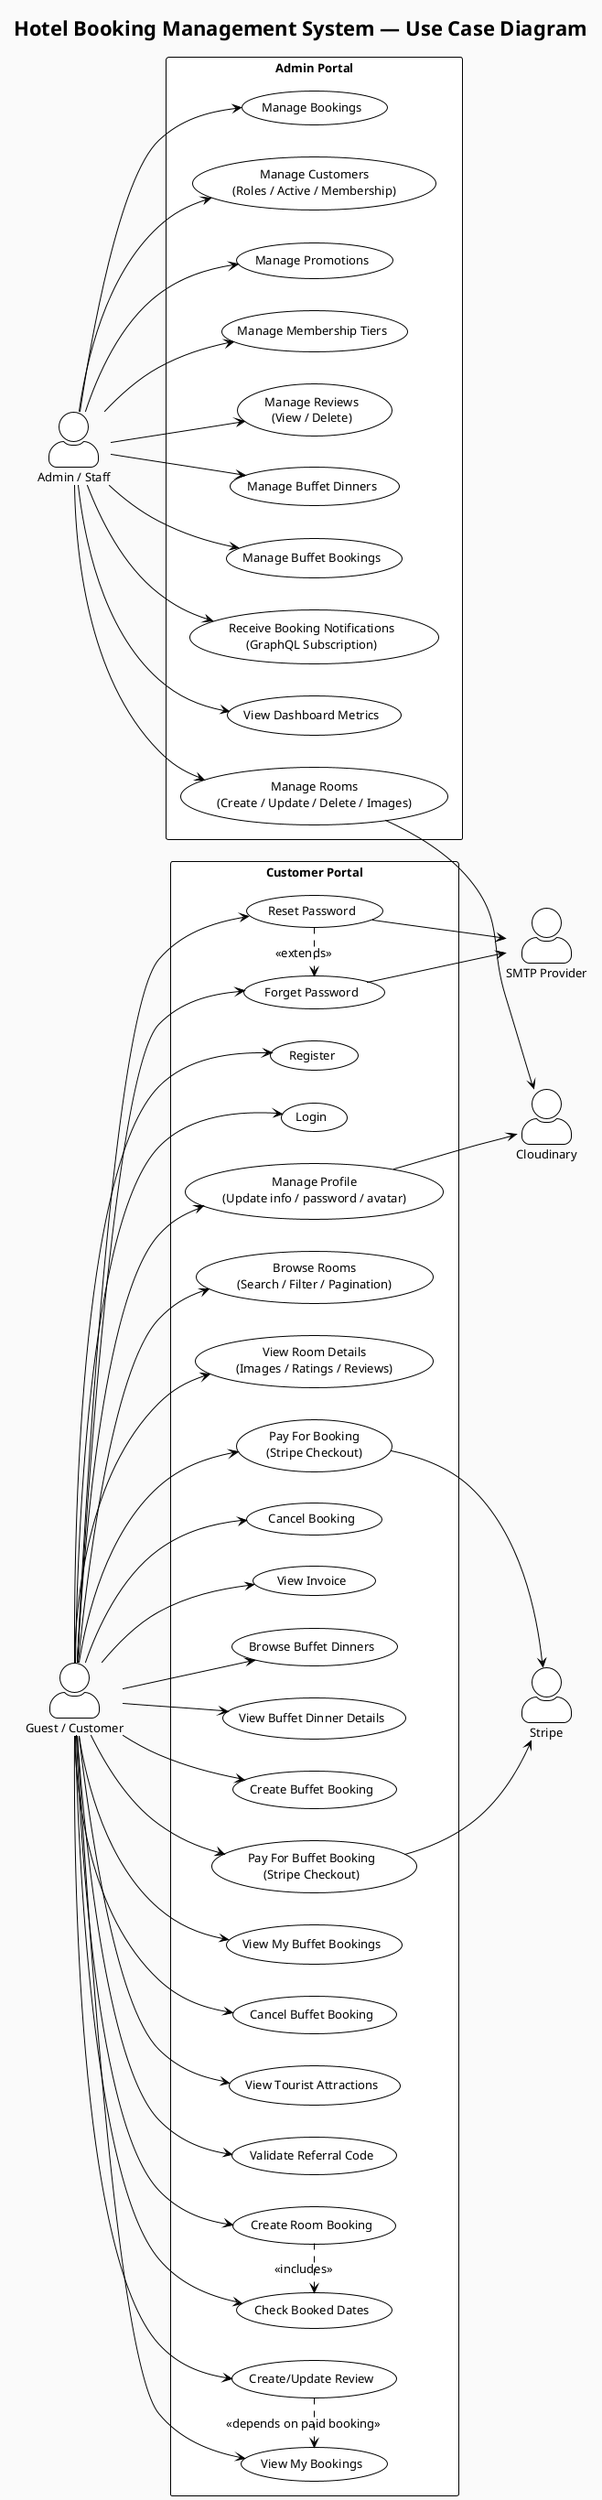
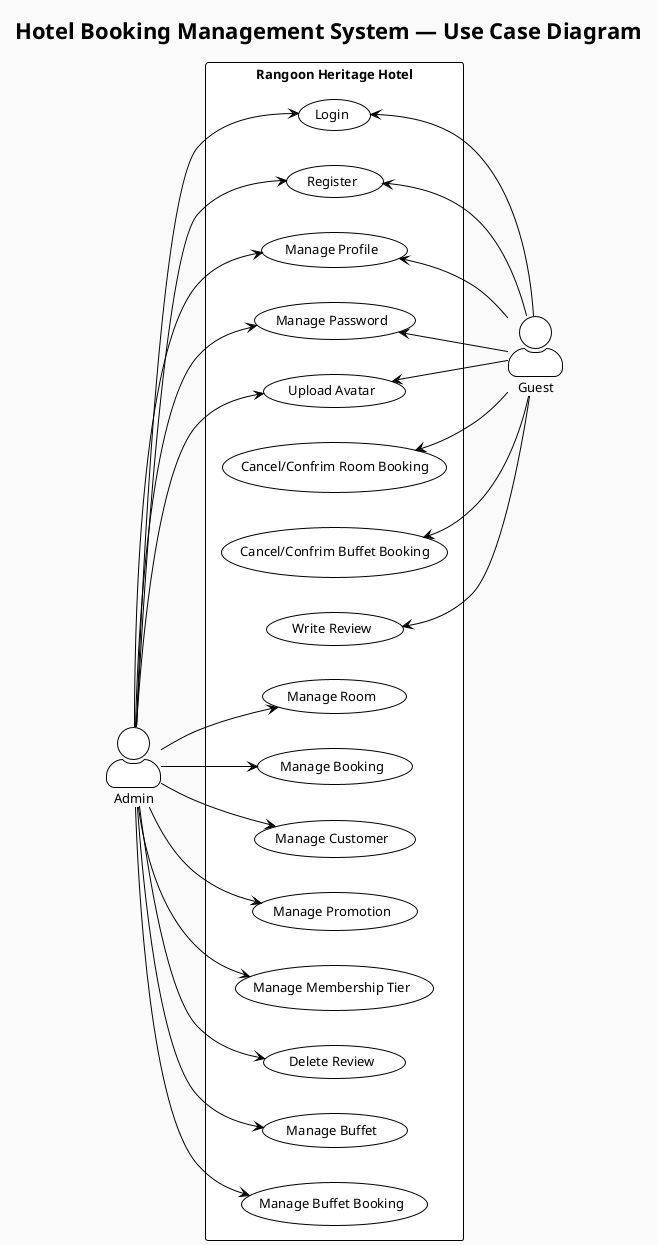
@startuml
!theme plain
skinparam backgroundColor #FAFAFA
skinparam defaultFontName Arial
skinparam defaultFontSize 13

title Hotel Booking Management System — Use Case Diagram

left to right direction
skinparam actorStyle awesome

- actor "Guest / Customer" as Customer
- actor "Admin / Staff" as Admin
- actor "Stripe" as Stripe
- actor "Cloudinary" as Cloudinary
- actor "SMTP Provider" as SMTP
+ actor "Admin" as Admin
+ actor "Guest" as Guest

- rectangle "Customer Portal" as CustomerPortal {
+ rectangle "Rangoon Heritage Hotel" {
+   usecase "Login" as UC_Login
  usecase "Register" as UC_Register
-   usecase "Login" as UC_Login
-   usecase "Manage Profile\n(Update info / password / avatar)" as UC_Profile
-   usecase "Browse Rooms\n(Search / Filter / Pagination)" as UC_BrowseRooms
-   usecase "View Room Details\n(Images / Ratings / Reviews)" as UC_RoomDetails
-   usecase "Check Booked Dates" as UC_BookedDates
-   usecase "Create Room Booking" as UC_CreateBooking
-   usecase "Pay For Booking\n(Stripe Checkout)" as UC_PayRoom
-   usecase "View My Bookings" as UC_ViewBookings
-   usecase "Cancel Booking" as UC_CancelBooking
-   usecase "View Invoice" as UC_Invoice
-   usecase "Create/Update Review" as UC_Review
+   usecase "Manage Profile" as UC_Profile
+   usecase "Manage Password" as UC_ManagePassword
+   usecase "Upload Avatar" as UC_Avatar

-   usecase "Browse Buffet Dinners" as UC_BrowseBuffets
-   usecase "View Buffet Dinner Details" as UC_BuffetDetails
-   usecase "Create Buffet Booking" as UC_CreateBuffetBooking
-   usecase "Pay For Buffet Booking\n(Stripe Checkout)" as UC_PayBuffet
-   usecase "View My Buffet Bookings" as UC_ViewBuffetBookings
-   usecase "Cancel Buffet Booking" as UC_CancelBuffetBooking
+   usecase "Cancel/Confrim Room Booking" as UC_RoomBooking
+   usecase "Cancel/Confrim Buffet Booking" as UC_BookBuffet
+   usecase "Write Review" as UC_WriteReview

-   usecase "View Tourist Attractions" as UC_Attractions
-   usecase "Forget Password" as UC_ForgetPassword
-   usecase "Reset Password" as UC_ResetPassword
-   usecase "Validate Referral Code" as UC_ValidateReferral
+   usecase "Manage Room" as UC_ManageRoom
+   usecase "Manage Booking" as UC_ManageBooking
+   usecase "Manage Customer" as UC_ManageCustomer
+   usecase "Manage Promotion" as UC_ManagePromotion
+   usecase "Manage Membership Tier" as UC_ManageTier
+   usecase "Delete Review" as UC_ManageReview
+   usecase "Manage Buffet" as UC_ManageBuffet
+   usecase "Manage Buffet Booking" as UC_ManageBuffetBooking
}

- rectangle "Admin Portal" as AdminPortal {
-   usecase "View Dashboard Metrics" as UA_Dashboard
-   usecase "Manage Rooms\n(Create / Update / Delete / Images)" as UA_ManageRooms
-   usecase "Manage Bookings" as UA_ManageBookings
-   usecase "Manage Customers\n(Roles / Active / Membership)" as UA_ManageCustomers
-   usecase "Manage Promotions" as UA_ManagePromotions
-   usecase "Manage Membership Tiers" as UA_ManageTiers
-   usecase "Manage Reviews\n(View / Delete)" as UA_ManageReviews
-   usecase "Manage Buffet Dinners" as UA_ManageBuffets
-   usecase "Manage Buffet Bookings" as UA_ManageBuffetBookings
-   usecase "Receive Booking Notifications\n(GraphQL Subscription)" as UA_Noti
- }
+ Admin --> UC_ManageRoom
+ Admin --> UC_ManageBooking
+ Admin --> UC_ManageCustomer
+ Admin --> UC_ManagePromotion
+ Admin --> UC_ManageTier
+ Admin --> UC_ManageReview
+ Admin --> UC_ManageBuffet
+ Admin --> UC_ManageBuffetBooking

- Customer --> UC_Register
- Customer --> UC_Login
- Customer --> UC_Profile
- Customer --> UC_BrowseRooms
- Customer --> UC_RoomDetails
- Customer --> UC_BookedDates
- Customer --> UC_CreateBooking
- Customer --> UC_PayRoom
- Customer --> UC_ViewBookings
- Customer --> UC_CancelBooking
- Customer --> UC_Invoice
- Customer --> UC_Review
- Customer --> UC_BrowseBuffets
- Customer --> UC_BuffetDetails
- Customer --> UC_CreateBuffetBooking
- Customer --> UC_PayBuffet
- Customer --> UC_ViewBuffetBookings
- Customer --> UC_CancelBuffetBooking
- Customer --> UC_Attractions
- Customer --> UC_ForgetPassword
- Customer --> UC_ResetPassword
- Customer --> UC_ValidateReferral
+ Admin --> UC_Login
+ Admin --> UC_Register
+ Admin --> UC_Profile
+ Admin --> UC_ManagePassword
+ Admin --> UC_Avatar

- Admin --> UA_Dashboard
- Admin --> UA_ManageRooms
- Admin --> UA_ManageBookings
- Admin --> UA_ManageCustomers
- Admin --> UA_ManagePromotions
- Admin --> UA_ManageTiers
- Admin --> UA_ManageReviews
- Admin --> UA_ManageBuffets
- Admin --> UA_ManageBuffetBookings
- Admin --> UA_Noti
+ UC_Login <-- Guest
+ UC_Register <-- Guest
+ UC_Profile <-- Guest
+ UC_ManagePassword <-- Guest
+ UC_Avatar <-- Guest

- UC_PayRoom --> Stripe
- UC_PayBuffet --> Stripe
- UA_ManageRooms --> Cloudinary
- UC_Profile --> Cloudinary
- UC_ForgetPassword --> SMTP
- UC_ResetPassword --> SMTP
+ UC_RoomBooking <-- Guest
+ UC_BookBuffet <-- Guest
+ UC_WriteReview <-- Guest

- UC_CreateBooking .> UC_BookedDates : <<includes>>
- UC_Review .> UC_ViewBookings : <<depends on paid booking>>
- UC_ResetPassword .> UC_ForgetPassword : <<extends>>
- 
- @enduml
- 
+ @enduml